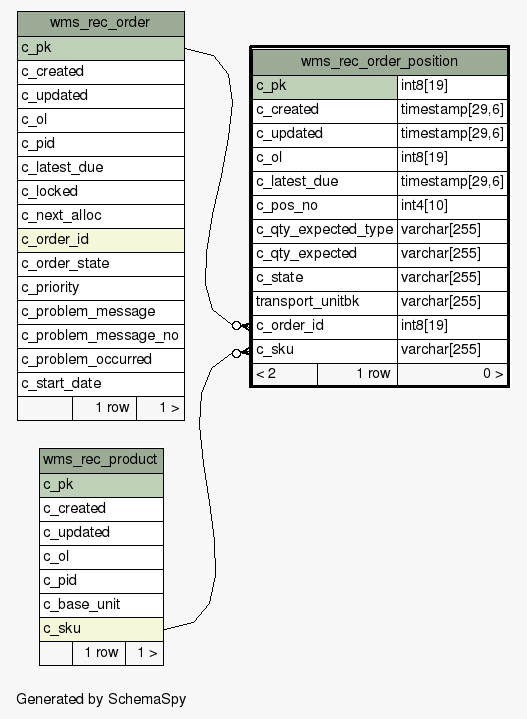
Above: schemaspy/diagrams/wms_rec_order_position.1degree.png in openwms/org.openwms.wms.receiving.lib (Graphviz), before the change. Its source is kept beside it as schemaspy/diagrams/wms_rec_order_position.1degree.dot.
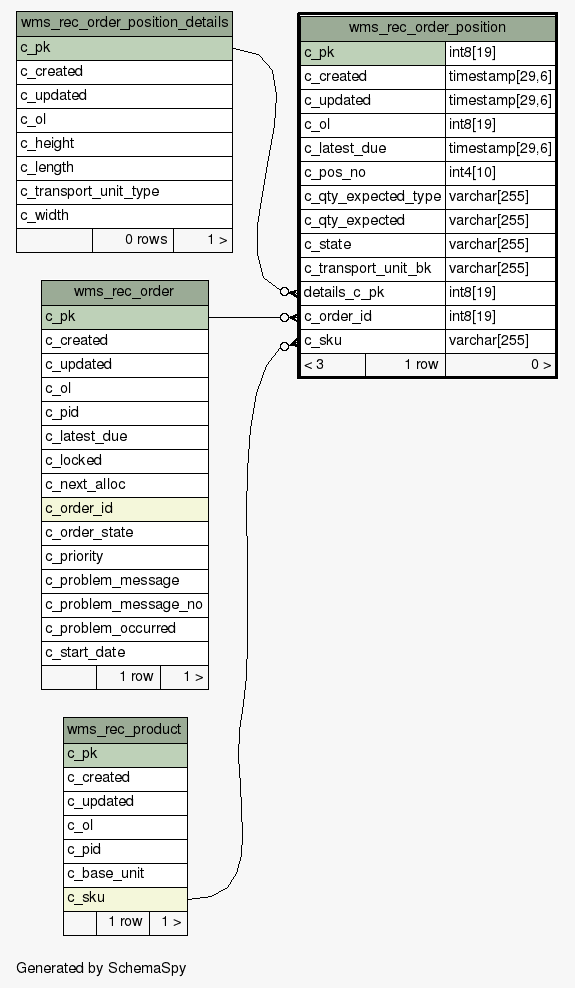
After the commit.

The edit, as a diff of the source:
```diff
@@ -19,6 +19,7 @@
   ];
   "wms_rec_order_position":"c_order_id":w -> "wms_rec_order":"c_pk":e [arrowhead=none dir=back arrowtail=crowodot];
   "wms_rec_order_position":"c_sku":w -> "wms_rec_product":"c_sku":e [arrowhead=none dir=back arrowtail=crowodot];
+  "wms_rec_order_position":"details_c_pk":w -> "wms_rec_order_position_details":"c_pk":e [arrowhead=none dir=back arrowtail=crowodot];
   "wms_rec_order" [
     label=<
     <TABLE BORDER="0" CELLBORDER="1" CELLSPACING="0" BGCOLOR="#ffffff">
@@ -56,13 +57,31 @@
       <TR><TD PORT="c_qty_expected_type" COLSPAN="2" ALIGN="LEFT">c_qty_expected_type</TD><TD PORT="c_qty_expected_type.type" ALIGN="LEFT">varchar[255]</TD></TR>
       <TR><TD PORT="c_qty_expected" COLSPAN="2" ALIGN="LEFT">c_qty_expected</TD><TD PORT="c_qty_expected.type" ALIGN="LEFT">varchar[255]</TD></TR>
       <TR><TD PORT="c_state" COLSPAN="2" ALIGN="LEFT">c_state</TD><TD PORT="c_state.type" ALIGN="LEFT">varchar[255]</TD></TR>
-      <TR><TD PORT="transport_unitbk" COLSPAN="2" ALIGN="LEFT">transport_unitbk</TD><TD PORT="transport_unitbk.type" ALIGN="LEFT">varchar[255]</TD></TR>
+      <TR><TD PORT="c_transport_unit_bk" COLSPAN="2" ALIGN="LEFT">c_transport_unit_bk</TD><TD PORT="c_transport_unit_bk.type" ALIGN="LEFT">varchar[255]</TD></TR>
+      <TR><TD PORT="details_c_pk" COLSPAN="2" ALIGN="LEFT">details_c_pk</TD><TD PORT="details_c_pk.type" ALIGN="LEFT">int8[19]</TD></TR>
       <TR><TD PORT="c_order_id" COLSPAN="2" ALIGN="LEFT">c_order_id</TD><TD PORT="c_order_id.type" ALIGN="LEFT">int8[19]</TD></TR>
       <TR><TD PORT="c_sku" COLSPAN="2" ALIGN="LEFT">c_sku</TD><TD PORT="c_sku.type" ALIGN="LEFT">varchar[255]</TD></TR>
-      <TR><TD ALIGN="LEFT" BGCOLOR="#f7f7f7">&lt; 2</TD><TD ALIGN="RIGHT" BGCOLOR="#f7f7f7">1 row</TD><TD ALIGN="RIGHT" BGCOLOR="#f7f7f7">0 &gt;</TD></TR>
+      <TR><TD ALIGN="LEFT" BGCOLOR="#f7f7f7">&lt; 3</TD><TD ALIGN="RIGHT" BGCOLOR="#f7f7f7">1 row</TD><TD ALIGN="RIGHT" BGCOLOR="#f7f7f7">0 &gt;</TD></TR>
     </TABLE>>
     URL="wms_rec_order_position.html"
     tooltip="wms_rec_order_position"
+  ];
+  "wms_rec_order_position_details" [
+    label=<
+    <TABLE BORDER="0" CELLBORDER="1" CELLSPACING="0" BGCOLOR="#ffffff">
+      <TR><TD COLSPAN="3" BGCOLOR="#9bab96" ALIGN="CENTER">wms_rec_order_position_details</TD></TR>
+      <TR><TD PORT="c_pk" COLSPAN="3" BGCOLOR="#bed1b8" ALIGN="LEFT">c_pk</TD></TR>
+      <TR><TD PORT="c_created" COLSPAN="3" ALIGN="LEFT">c_created</TD></TR>
+      <TR><TD PORT="c_updated" COLSPAN="3" ALIGN="LEFT">c_updated</TD></TR>
+      <TR><TD PORT="c_ol" COLSPAN="3" ALIGN="LEFT">c_ol</TD></TR>
+      <TR><TD PORT="c_height" COLSPAN="3" ALIGN="LEFT">c_height</TD></TR>
+      <TR><TD PORT="c_length" COLSPAN="3" ALIGN="LEFT">c_length</TD></TR>
+      <TR><TD PORT="c_transport_unit_type" COLSPAN="3" ALIGN="LEFT">c_transport_unit_type</TD></TR>
+      <TR><TD PORT="c_width" COLSPAN="3" ALIGN="LEFT">c_width</TD></TR>
+      <TR><TD ALIGN="LEFT" BGCOLOR="#f7f7f7">  </TD><TD ALIGN="RIGHT" BGCOLOR="#f7f7f7">0 rows</TD><TD ALIGN="RIGHT" BGCOLOR="#f7f7f7">1 &gt;</TD></TR>
+    </TABLE>>
+    URL="wms_rec_order_position_details.html"
+    tooltip="wms_rec_order_position_details"
   ];
   "wms_rec_product" [
     label=<
```
